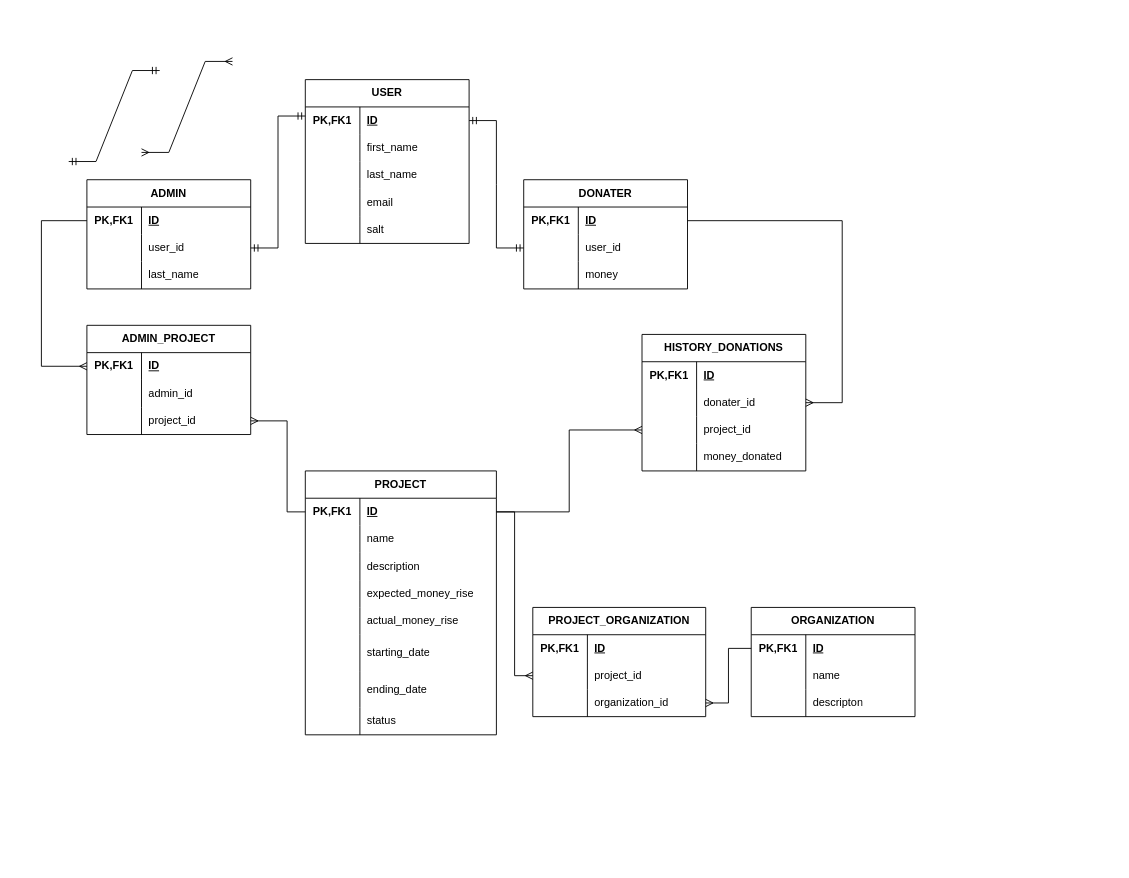
a-attendee/practice-2 keeps this draw.io diagram as stuff/diagrams.drawio. Above is the earlier version. Source tidied: cells renumbered, new cells numbered last; positions are measured from the earlier drawing's top-left corner, leaving out a move shared by most shapes. Both pictures are drawn from the tidied source at 91%, with x=0, y=0 at pixel (41, 61).
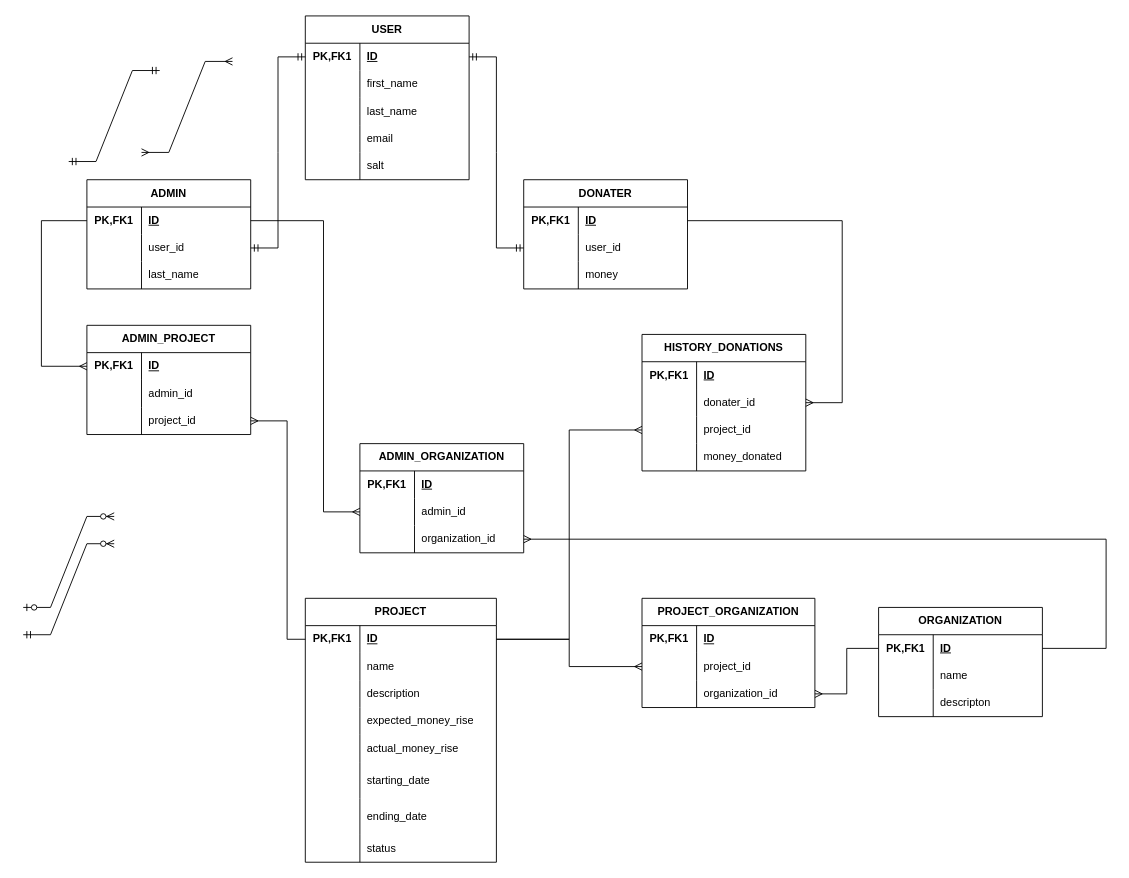
The same page after the edit.

Unchanged cells that the change refers to:
```xml
<mxCell id="3" style="shape=tableRow;horizontal=0;startSize=0;swimlaneHead=0;swimlaneBody=0;fillColor=none;points=[[0,0.5],[1,0.5]];portConstraint=eastwest;top=0;left=0;right=0;bottom=0;html=1;" parent="2" vertex="1">
  <mxGeometry y="30" width="180" height="30" as="geometry" />
</mxCell>
<mxCell id="19" style="shape=tableRow;horizontal=0;startSize=0;swimlaneHead=0;swimlaneBody=0;fillColor=none;points=[[0,0.5],[1,0.5]];portConstraint=eastwest;top=0;left=0;right=0;bottom=0;html=1;" parent="18" vertex="1">
  <mxGeometry y="30" width="180" height="30" as="geometry" />
</mxCell>
<mxCell id="22" style="shape=tableRow;horizontal=0;startSize=0;swimlaneHead=0;swimlaneBody=0;fillColor=none;points=[[0,0.5],[1,0.5]];portConstraint=eastwest;top=0;left=0;right=0;bottom=0;html=1;" parent="18" vertex="1">
  <mxGeometry y="60" width="180" height="30" as="geometry" />
</mxCell>
<mxCell id="80" style="shape=tableRow;horizontal=0;startSize=0;swimlaneHead=0;swimlaneBody=0;fillColor=none;points=[[0,0.5],[1,0.5]];portConstraint=eastwest;top=0;left=0;right=0;bottom=0;html=1;" parent="79" vertex="1">
  <mxGeometry y="30" width="180" height="30" as="geometry" />
</mxCell>
```

Diff of the diagram source:
```diff
@@
     <mxCell id="2" value="USER" style="shape=table;startSize=30;childLayout=tableLayout;rowLines=0;fontStyle=1;align=center;html=1;whiteSpace=wrap;" parent="1" vertex="1">
-      <mxGeometry x="290" y="20" width="180" height="180" as="geometry" />
+      <mxGeometry x="290" y="-50" width="180" height="180" as="geometry" />
     </mxCell>
@@
     <mxCell id="38" value="PROJECT" style="shape=table;startSize=30;childLayout=tableLayout;rowLines=0;fontStyle=1;align=center;html=1;whiteSpace=wrap;" parent="1" vertex="1">
-      <mxGeometry x="290" y="450" width="210" height="290" as="geometry" />
+      <mxGeometry x="290" y="590" width="210" height="290" as="geometry" />
     </mxCell>
@@
-    <mxCell id="77" style="edgeStyle=entityRelationEdgeStyle;fontSize=12;html=1;endArrow=ERmandOne;startArrow=ERmandOne;rounded=0;exitX=1;exitY=0.5;exitDx=0;exitDy=0;" parent="1" edge="1" source="22">
+    <mxCell id="77" style="edgeStyle=entityRelationEdgeStyle;fontSize=12;html=1;endArrow=ERmandOne;startArrow=ERmandOne;rounded=0;exitX=1;exitY=0.5;exitDx=0;exitDy=0;entryX=0;entryY=0.5;entryDx=0;entryDy=0;" parent="1" edge="1" source="22" target="3">
       <mxGeometry relative="1" as="geometry">
-        <mxPoint x="290" y="60" as="targetPoint" />
         <Array as="points">
           <mxPoint x="240" y="90" />
         </Array>
       </mxGeometry>
     </mxCell>
@@
     <mxCell id="79" value="ORGANIZATION" style="shape=table;startSize=30;childLayout=tableLayout;rowLines=0;fontStyle=1;align=center;html=1;whiteSpace=wrap;" parent="1" vertex="1">
-      <mxGeometry x="780" y="600" width="180" height="120" as="geometry" />
+      <mxGeometry x="920" y="600" width="180" height="120" as="geometry" />
     </mxCell>
@@
     <mxCell id="89" value="&lt;strong&gt;PROJECT_ORGANIZATION&lt;/strong&gt;" style="shape=table;startSize=30;childLayout=tableLayout;rowLines=0;fontStyle=1;align=center;html=1;whiteSpace=wrap;" parent="1" vertex="1">
-      <mxGeometry x="540" y="600" width="190" height="120" as="geometry" />
+      <mxGeometry x="660" y="590" width="190" height="120" as="geometry" />
     </mxCell>
@@
+    <mxCell id="116" style="edgeStyle=entityRelationEdgeStyle;fontSize=12;html=1;endArrow=ERzeroToMany;startArrow=ERzeroToOne;rounded=0;" parent="1" edge="1">
+      <mxGeometry relative="1" as="geometry">
+        <mxPoint x="-20" y="600" as="sourcePoint" />
+        <mxPoint x="80" y="500" as="targetPoint" />
+      </mxGeometry>
+    </mxCell>
+    <mxCell id="117" style="edgeStyle=entityRelationEdgeStyle;fontSize=12;html=1;endArrow=ERzeroToMany;startArrow=ERmandOne;rounded=0;" parent="1" edge="1">
+      <mxGeometry relative="1" as="geometry">
+        <mxPoint x="-20" y="630" as="sourcePoint" />
+        <mxPoint x="80" y="530" as="targetPoint" />
+      </mxGeometry>
+    </mxCell>
+    <mxCell id="118" value="ADMIN_ORGANIZATION" style="shape=table;startSize=30;childLayout=tableLayout;rowLines=0;fontStyle=1;align=center;html=1;whiteSpace=wrap;" parent="1" vertex="1">
+      <mxGeometry x="350" y="420" width="180" height="120" as="geometry" />
+    </mxCell>
+    <mxCell id="119" style="shape=tableRow;horizontal=0;startSize=0;swimlaneHead=0;swimlaneBody=0;fillColor=none;top=0;left=0;right=0;bottom=0;html=1;" parent="118" vertex="1">
+      <mxGeometry y="30" width="180" height="30" as="geometry" />
+    </mxCell>
+    <mxCell id="120" value="PK,FK1" style="shape=partialRectangle;fillColor=none;top=0;left=0;bottom=0;right=0;fontStyle=1;overflow=hidden;html=1;whiteSpace=wrap;" parent="119" vertex="1">
+      <mxGeometry width="60" height="30" as="geometry" />
+    </mxCell>
+    <mxCell id="121" value="ID" style="shape=partialRectangle;fillColor=none;top=0;left=0;bottom=0;right=0;align=left;spacingLeft=6;fontStyle=5;overflow=hidden;html=1;whiteSpace=wrap;" parent="119" vertex="1">
+      <mxGeometry x="60" width="120" height="30" as="geometry" />
+    </mxCell>
+    <mxCell id="122" style="shape=tableRow;horizontal=0;startSize=0;swimlaneHead=0;swimlaneBody=0;fillColor=none;points=[[0,0.5],[1,0.5]];portConstraint=eastwest;top=0;left=0;right=0;bottom=0;html=1;" parent="118" vertex="1">
+      <mxGeometry y="60" width="180" height="30" as="geometry" />
+    </mxCell>
+    <mxCell id="123" style="shape=partialRectangle;fillColor=none;top=0;left=0;bottom=0;right=0;overflow=hidden;html=1;whiteSpace=wrap;" parent="122" vertex="1">
+      <mxGeometry width="60" height="30" as="geometry" />
+    </mxCell>
+    <mxCell id="124" value="admin_id" style="shape=partialRectangle;fillColor=none;top=0;left=0;bottom=0;right=0;align=left;spacingLeft=6;overflow=hidden;html=1;whiteSpace=wrap;" parent="122" vertex="1">
+      <mxGeometry x="60" width="120" height="30" as="geometry" />
+    </mxCell>
+    <mxCell id="125" style="shape=tableRow;horizontal=0;startSize=0;swimlaneHead=0;swimlaneBody=0;fillColor=none;points=[[0,0.5],[1,0.5]];portConstraint=eastwest;top=0;left=0;right=0;bottom=0;html=1;" parent="118" vertex="1">
+      <mxGeometry y="90" width="180" height="30" as="geometry" />
+    </mxCell>
+    <mxCell id="126" style="shape=partialRectangle;fillColor=none;top=0;left=0;bottom=0;right=0;overflow=hidden;html=1;whiteSpace=wrap;" parent="125" vertex="1">
+      <mxGeometry width="60" height="30" as="geometry" />
+    </mxCell>
+    <mxCell id="127" value="organization_id" style="shape=partialRectangle;fillColor=none;top=0;left=0;bottom=0;right=0;align=left;spacingLeft=6;overflow=hidden;html=1;whiteSpace=wrap;" parent="125" vertex="1">
+      <mxGeometry x="60" width="120" height="30" as="geometry" />
+    </mxCell>
+    <mxCell id="128" style="fontSize=12;html=1;endArrow=ERmany;rounded=0;entryX=1;entryY=0.5;entryDx=0;entryDy=0;edgeStyle=elbowEdgeStyle;exitX=1;exitY=0.5;exitDx=0;exitDy=0;" parent="1" edge="1" source="80" target="125">
+      <mxGeometry relative="1" as="geometry">
+        <Array as="points">
+          <mxPoint x="1170" y="410" />
+        </Array>
+      </mxGeometry>
+    </mxCell>
+    <mxCell id="129" style="fontSize=12;html=1;endArrow=ERmany;rounded=0;entryX=0;entryY=0.5;entryDx=0;entryDy=0;edgeStyle=elbowEdgeStyle;exitX=1;exitY=0.5;exitDx=0;exitDy=0;" parent="1" edge="1" source="19" target="122">
+      <mxGeometry relative="1" as="geometry">
+        <Array as="points">
+          <mxPoint x="310" y="400" />
+        </Array>
+      </mxGeometry>
+    </mxCell>
```
